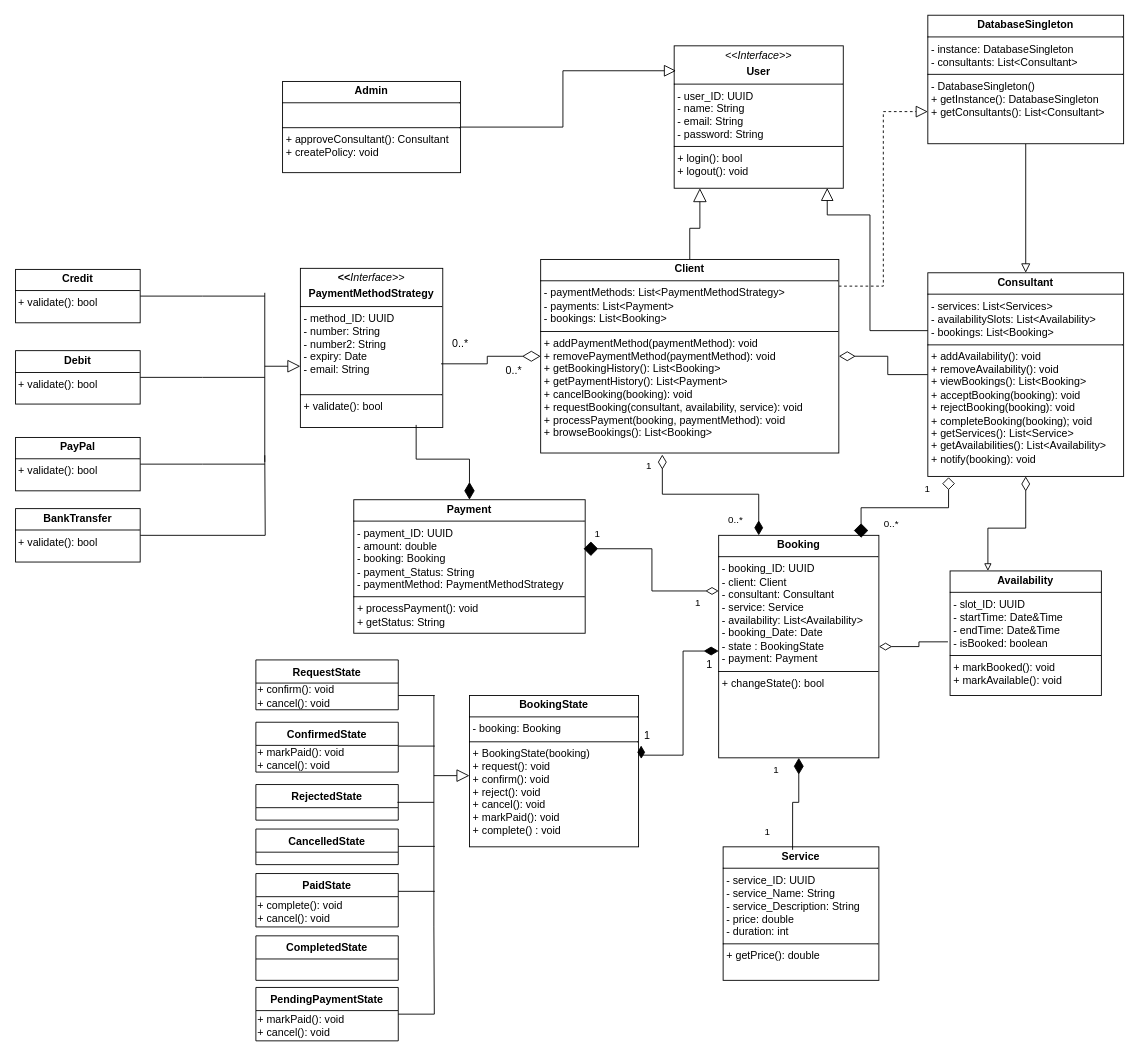
Earlier version of the draw.io diagram UML Diagrams/Class Diagrams/Class_Diagram_src.drawio.xml (yamintayyar/eecs3311-project). Source tidied: cells renumbered, new cells numbered last; positions are measured from the earlier drawing's top-left corner, leaving out a move shared by most shapes. Both pictures are drawn from the tidied source at 89%, with x=0, y=0 at pixel (15, 15).
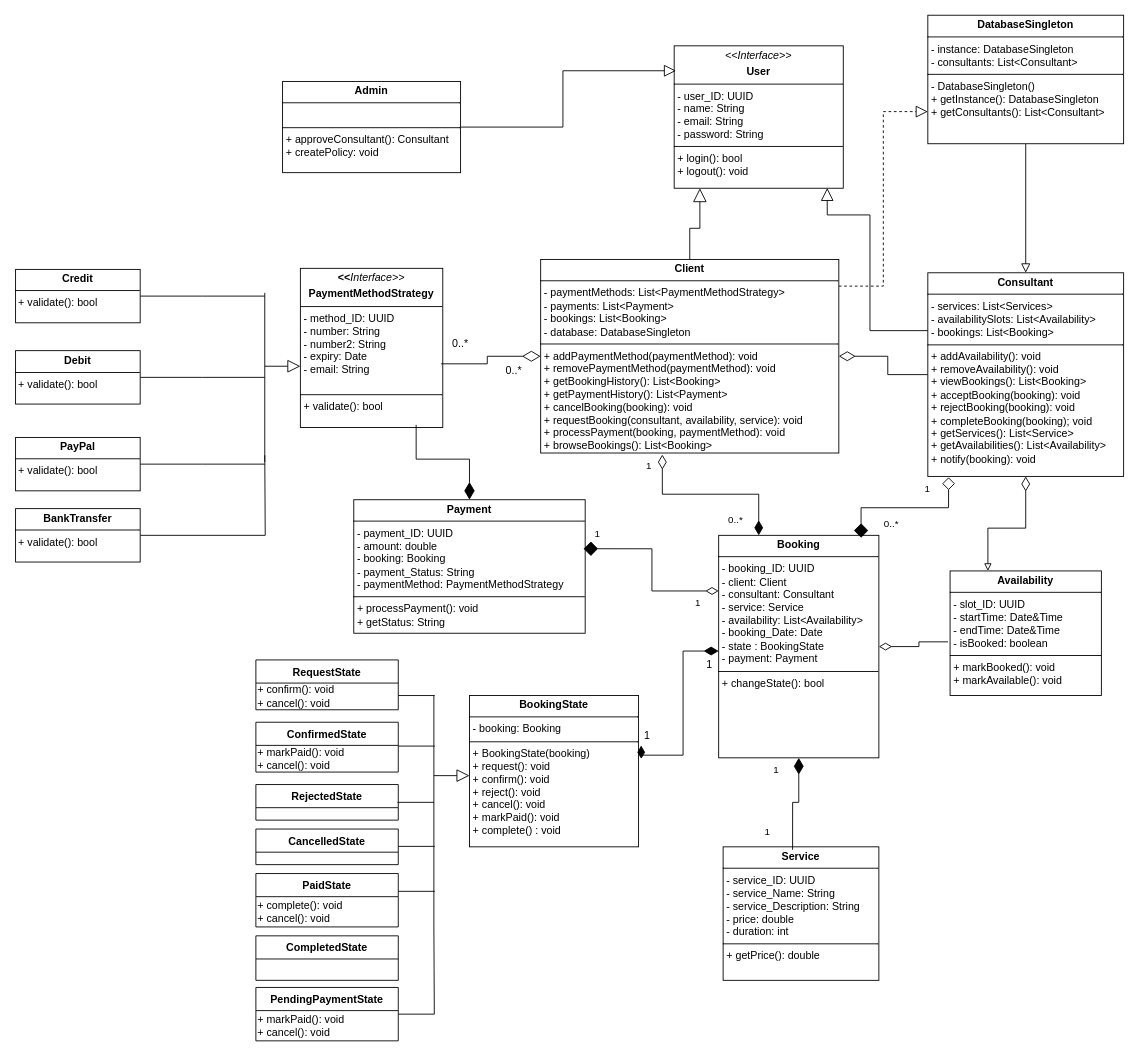
The same page after the edit.

Commit message:
Add DatabaseSingleton instance to Client

Change to the diagram source:
```diff
@@
-    <mxCell id="6" value="&lt;p style=&quot;margin:0px;margin-top:4px;text-align:center;&quot;&gt;&lt;b&gt;Client&lt;/b&gt;&lt;/p&gt;&lt;hr size=&quot;1&quot; style=&quot;border-style:solid;&quot;&gt;&lt;p style=&quot;margin:0px;margin-left:4px;&quot;&gt;- paymentMethods: List&amp;lt;PaymentMethodStrategy&amp;gt;&lt;/p&gt;&lt;p style=&quot;margin:0px;margin-left:4px;&quot;&gt;- payments: List&amp;lt;Payment&amp;gt;&lt;/p&gt;&lt;p style=&quot;margin:0px;margin-left:4px;&quot;&gt;- bookings: List&amp;lt;Booking&amp;gt;&lt;/p&gt;&lt;hr size=&quot;1&quot; style=&quot;border-style:solid;&quot;&gt;&lt;p style=&quot;margin:0px;margin-left:4px;&quot;&gt;+ addPaymentMethod(paymentMethod): void&lt;/p&gt;&lt;p style=&quot;margin:0px;margin-left:4px;&quot;&gt;+ removePaymentMethod(&lt;span style=&quot;background-color: transparent; color: light-dark(rgb(0, 0, 0), rgb(255, 255, 255));&quot;&gt;paymentMethod&lt;/span&gt;&lt;span style=&quot;background-color: transparent; color: light-dark(rgb(0, 0, 0), rgb(255, 255, 255));&quot;&gt;): void&lt;/span&gt;&lt;/p&gt;&lt;p style=&quot;margin:0px;margin-left:4px;&quot;&gt;+ getBookingHistory(): List&amp;lt;Booking&amp;gt;&lt;/p&gt;&lt;p style=&quot;margin:0px;margin-left:4px;&quot;&gt;+ getPaymentHistory(): List&amp;lt;Payment&amp;gt;&lt;/p&gt;&lt;p style=&quot;margin:0px;margin-left:4px;&quot;&gt;+ cancelBooking(booking): void&lt;/p&gt;&lt;p style=&quot;margin:0px;margin-left:4px;&quot;&gt;+ requestBooking(consultant, availability, service): void&lt;/p&gt;&lt;p style=&quot;margin:0px;margin-left:4px;&quot;&gt;+ processPayment(booking, paymentMethod): void&lt;/p&gt;&lt;p style=&quot;margin:0px;margin-left:4px;&quot;&gt;+ browseBookings(): List&amp;lt;Booking&amp;gt;&lt;/p&gt;" style="verticalAlign=top;align=left;overflow=fill;html=1;whiteSpace=wrap;" parent="1" vertex="1">
+    <mxCell id="6" value="&lt;p style=&quot;margin:0px;margin-top:4px;text-align:center;&quot;&gt;&lt;b&gt;Client&lt;/b&gt;&lt;/p&gt;&lt;hr size=&quot;1&quot; style=&quot;border-style:solid;&quot;&gt;&lt;p style=&quot;margin:0px;margin-left:4px;&quot;&gt;- paymentMethods: List&amp;lt;PaymentMethodStrategy&amp;gt;&lt;/p&gt;&lt;p style=&quot;margin:0px;margin-left:4px;&quot;&gt;- payments: List&amp;lt;Payment&amp;gt;&lt;/p&gt;&lt;p style=&quot;margin:0px;margin-left:4px;&quot;&gt;- bookings: List&amp;lt;Booking&amp;gt;&lt;/p&gt;&lt;p style=&quot;margin:0px;margin-left:4px;&quot;&gt;- database: DatabaseSingleton&lt;/p&gt;&lt;hr size=&quot;1&quot; style=&quot;border-style:solid;&quot;&gt;&lt;p style=&quot;margin:0px;margin-left:4px;&quot;&gt;+ addPaymentMethod(paymentMethod): void&lt;/p&gt;&lt;p style=&quot;margin:0px;margin-left:4px;&quot;&gt;+ removePaymentMethod(&lt;span style=&quot;background-color: transparent; color: light-dark(rgb(0, 0, 0), rgb(255, 255, 255));&quot;&gt;paymentMethod&lt;/span&gt;&lt;span style=&quot;background-color: transparent; color: light-dark(rgb(0, 0, 0), rgb(255, 255, 255));&quot;&gt;): void&lt;/span&gt;&lt;/p&gt;&lt;p style=&quot;margin:0px;margin-left:4px;&quot;&gt;+ getBookingHistory(): List&amp;lt;Booking&amp;gt;&lt;/p&gt;&lt;p style=&quot;margin:0px;margin-left:4px;&quot;&gt;+ getPaymentHistory(): List&amp;lt;Payment&amp;gt;&lt;/p&gt;&lt;p style=&quot;margin:0px;margin-left:4px;&quot;&gt;+ cancelBooking(booking): void&lt;/p&gt;&lt;p style=&quot;margin:0px;margin-left:4px;&quot;&gt;+ requestBooking(consultant, availability, service): void&lt;/p&gt;&lt;p style=&quot;margin:0px;margin-left:4px;&quot;&gt;+ processPayment(booking, paymentMethod): void&lt;/p&gt;&lt;p style=&quot;margin:0px;margin-left:4px;&quot;&gt;+ browseBookings(): List&amp;lt;Booking&amp;gt;&lt;/p&gt;" style="verticalAlign=top;align=left;overflow=fill;html=1;whiteSpace=wrap;" parent="1" vertex="1">
       <mxGeometry x="590" y="274" width="335" height="217.5" as="geometry" />
     </mxCell>
```
